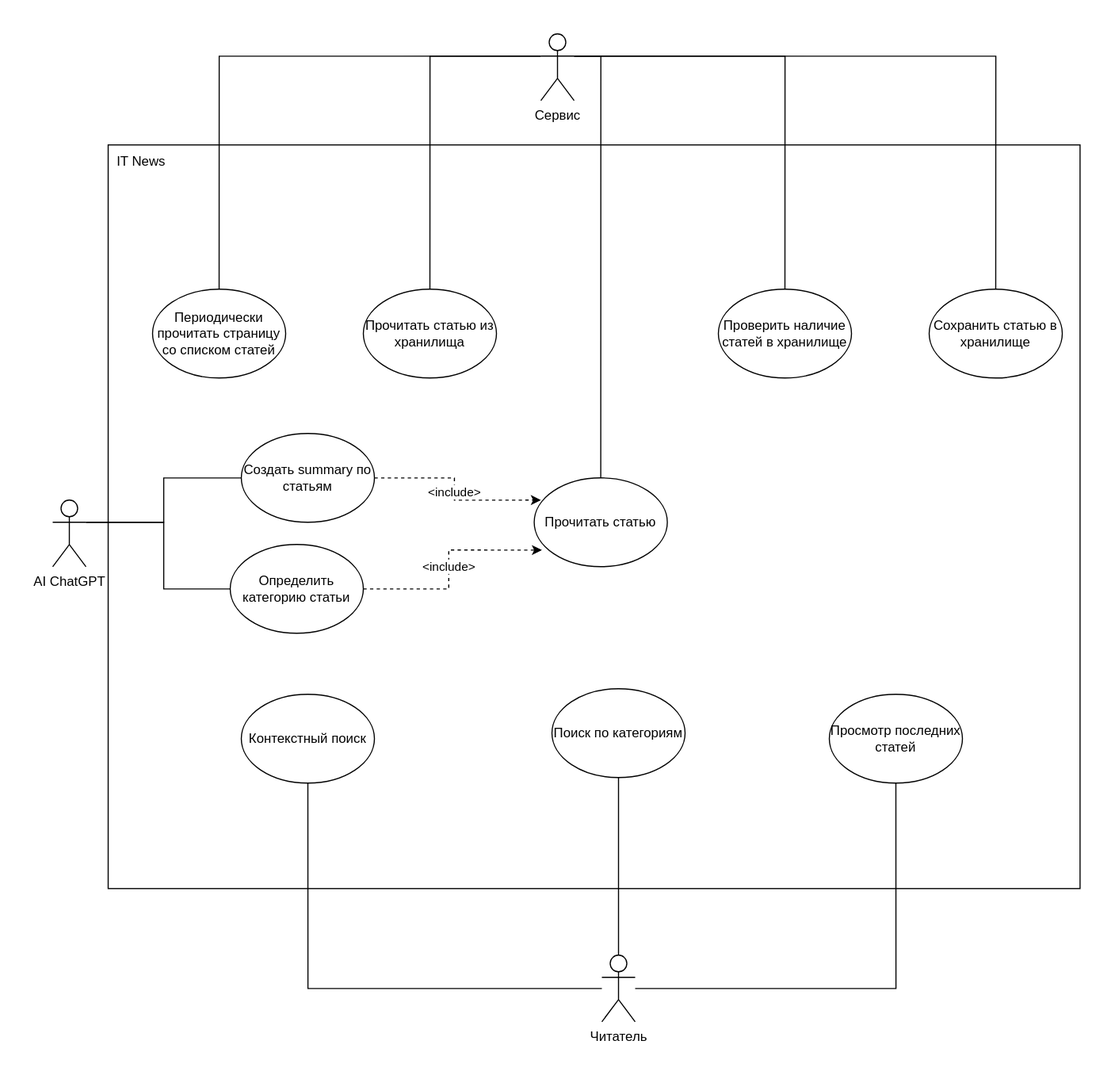
Earlier version of the draw.io export Диаграммы/useCase.svg (0hJonny/Diplom_60701_). Source tidied: cells renumbered, new cells last; positions are measured from the earlier drawing's top-left corner, leaving out a move shared by most shapes.
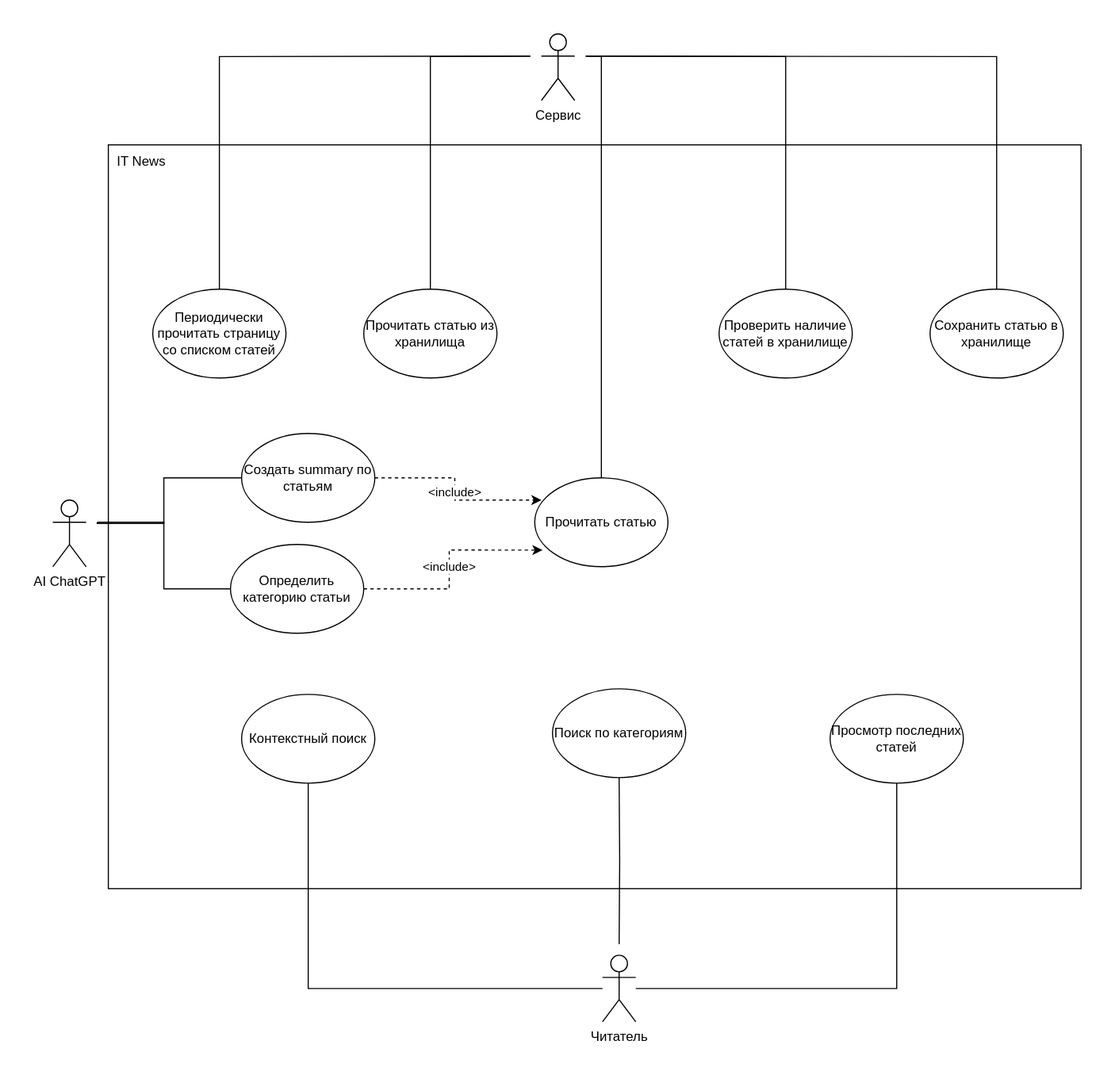
The same file after the commit.

The edit, as a diff of the source:
```diff
@@ -47,8 +47,10 @@
     <mxCell id="16" style="edgeStyle=orthogonalEdgeStyle;rounded=0;jettySize=auto;html=1;entryX=0.5;entryY=1;entryDx=0;entryDy=0;endArrow=none;endFill=0;" parent="1" edge="1" source="19" target="15">
       <mxGeometry relative="1" as="geometry" />
     </mxCell>
-    <mxCell id="17" style="edgeStyle=orthogonalEdgeStyle;rounded=0;jettySize=auto;html=1;endArrow=none;endFill=0;" parent="1" edge="1" source="19" target="14">
-      <mxGeometry relative="1" as="geometry" />
+    <mxCell id="17" style="edgeStyle=orthogonalEdgeStyle;rounded=0;jettySize=auto;html=1;endArrow=none;endFill=0;" parent="1" edge="1" target="14">
+      <mxGeometry relative="1" as="geometry">
+        <mxPoint x="510" y="820" as="sourcePoint" />
+      </mxGeometry>
     </mxCell>
     <mxCell id="18" style="edgeStyle=orthogonalEdgeStyle;rounded=0;jettySize=auto;html=1;endArrow=none;endFill=0;" parent="1" edge="1" source="19" target="13">
       <mxGeometry relative="1" as="geometry" />
@@ -56,27 +58,46 @@
     <mxCell id="19" value="Читатель" style="shape=umlActor;verticalLabelPosition=bottom;verticalAlign=top;html=1;outlineConnect=0;" parent="1" vertex="1">
       <mxGeometry x="495" y="830" width="30" height="60" as="geometry" />
     </mxCell>
-    <mxCell id="20" style="edgeStyle=orthogonalEdgeStyle;rounded=0;jettySize=auto;html=1;entryX=0.5;entryY=0;entryDx=0;entryDy=0;exitX=0;exitY=0.3333333333333333;exitDx=0;exitDy=0;exitPerimeter=0;endArrow=none;endFill=0;" parent="1" edge="1" source="24" target="6">
-      <mxGeometry relative="1" as="geometry" />
+    <mxCell id="20" style="edgeStyle=orthogonalEdgeStyle;rounded=0;jettySize=auto;html=1;entryX=0.5;entryY=0;entryDx=0;entryDy=0;endArrow=none;endFill=0;" parent="1" edge="1" target="6">
+      <mxGeometry relative="1" as="geometry">
+        <mxPoint x="430" y="20" as="sourcePoint" />
+      </mxGeometry>
     </mxCell>
-    <mxCell id="21" style="edgeStyle=orthogonalEdgeStyle;rounded=0;jettySize=auto;html=1;exitX=0;exitY=0.3333333333333333;exitDx=0;exitDy=0;exitPerimeter=0;endArrow=none;endFill=0;" parent="1" edge="1" source="24" target="5">
-      <mxGeometry relative="1" as="geometry" />
+    <mxCell id="21" style="edgeStyle=orthogonalEdgeStyle;rounded=0;jettySize=auto;html=1;endArrow=none;endFill=0;" parent="1" edge="1" target="5">
+      <mxGeometry relative="1" as="geometry">
+        <mxPoint x="430" y="20" as="sourcePoint" />
+      </mxGeometry>
     </mxCell>
-    <mxCell id="22" style="edgeStyle=orthogonalEdgeStyle;rounded=0;jettySize=auto;html=1;entryX=0.5;entryY=0;entryDx=0;entryDy=0;exitX=1;exitY=0.3333333333333333;exitDx=0;exitDy=0;exitPerimeter=0;endArrow=none;endFill=0;" parent="1" edge="1" source="24" target="7">
-      <mxGeometry relative="1" as="geometry" />
+    <mxCell id="22" style="edgeStyle=orthogonalEdgeStyle;rounded=0;jettySize=auto;html=1;entryX=0.5;entryY=0;entryDx=0;entryDy=0;endArrow=none;endFill=0;" parent="1" edge="1" target="7">
+      <mxGeometry relative="1" as="geometry">
+        <mxPoint x="480" y="20" as="sourcePoint" />
+      </mxGeometry>
     </mxCell>
-    <mxCell id="23" style="edgeStyle=orthogonalEdgeStyle;rounded=0;jettySize=auto;html=1;entryX=0.5;entryY=0;entryDx=0;entryDy=0;exitX=1;exitY=0.3333333333333333;exitDx=0;exitDy=0;exitPerimeter=0;endArrow=none;endFill=0;" parent="1" edge="1" source="24" target="8">
-      <mxGeometry relative="1" as="geometry" />
+    <mxCell id="23" style="edgeStyle=orthogonalEdgeStyle;rounded=0;jettySize=auto;html=1;entryX=0.5;entryY=0;entryDx=0;entryDy=0;endArrow=none;endFill=0;" parent="1" edge="1" target="8">
+      <mxGeometry relative="1" as="geometry">
+        <mxPoint x="480" y="20" as="sourcePoint" />
+        <Array as="points">
+          <mxPoint x="494" y="20" />
+        </Array>
+      </mxGeometry>
     </mxCell>
     <mxCell id="24" value="Сервис" style="shape=umlActor;verticalLabelPosition=bottom;verticalAlign=top;html=1;outlineConnect=0;" parent="1" vertex="1">
       <mxGeometry x="440" width="30" height="60" as="geometry" />
     </mxCell>
-    <mxCell id="25" style="edgeStyle=orthogonalEdgeStyle;rounded=0;jettySize=auto;html=1;exitX=1;exitY=0.3333333333333333;exitDx=0;exitDy=0;exitPerimeter=0;endArrow=none;endFill=0;" parent="1" edge="1" source="27" target="9">
-      <mxGeometry relative="1" as="geometry" />
+    <mxCell id="25" style="edgeStyle=orthogonalEdgeStyle;rounded=0;jettySize=auto;html=1;endArrow=none;endFill=0;" parent="1" edge="1" target="9">
+      <mxGeometry relative="1" as="geometry">
+        <mxPoint x="40" y="440" as="sourcePoint" />
+        <Array as="points">
+          <mxPoint x="100" y="441" />
+          <mxPoint x="100" y="400" />
+        </Array>
+      </mxGeometry>
     </mxCell>
-    <mxCell id="26" style="edgeStyle=orthogonalEdgeStyle;rounded=0;jettySize=auto;html=1;exitX=1;exitY=0.3333333333333333;exitDx=0;exitDy=0;exitPerimeter=0;endArrow=none;endFill=0;" parent="1" edge="1" source="27" target="11">
+    <mxCell id="26" style="edgeStyle=orthogonalEdgeStyle;rounded=0;jettySize=auto;html=1;endArrow=none;endFill=0;" parent="1" edge="1" target="11">
       <mxGeometry relative="1" as="geometry">
+        <mxPoint x="40" y="440" as="sourcePoint" />
         <Array as="points">
+          <mxPoint x="40" y="440" />
           <mxPoint x="100" y="440" />
           <mxPoint x="100" y="500" />
         </Array>
@@ -85,8 +106,10 @@
     <mxCell id="27" value="AI ChatGPT" style="shape=umlActor;verticalLabelPosition=bottom;verticalAlign=top;html=1;outlineConnect=0;" parent="1" vertex="1">
       <mxGeometry y="420" width="30" height="60" as="geometry" />
     </mxCell>
-    <mxCell id="28" style="edgeStyle=orthogonalEdgeStyle;rounded=0;jettySize=auto;html=1;entryX=0.5;entryY=0;entryDx=0;entryDy=0;exitX=1;exitY=0.3333333333333333;exitDx=0;exitDy=0;exitPerimeter=0;endArrow=none;endFill=0;" parent="1" edge="1" source="24" target="4">
-      <mxGeometry relative="1" as="geometry" />
+    <mxCell id="28" style="edgeStyle=orthogonalEdgeStyle;rounded=0;jettySize=auto;html=1;entryX=0.5;entryY=0;entryDx=0;entryDy=0;endArrow=none;endFill=0;" parent="1" edge="1" target="4">
+      <mxGeometry relative="1" as="geometry">
+        <mxPoint x="480" y="20" as="sourcePoint" />
+      </mxGeometry>
     </mxCell>
   </root>
 </mxGraphModel>
```
